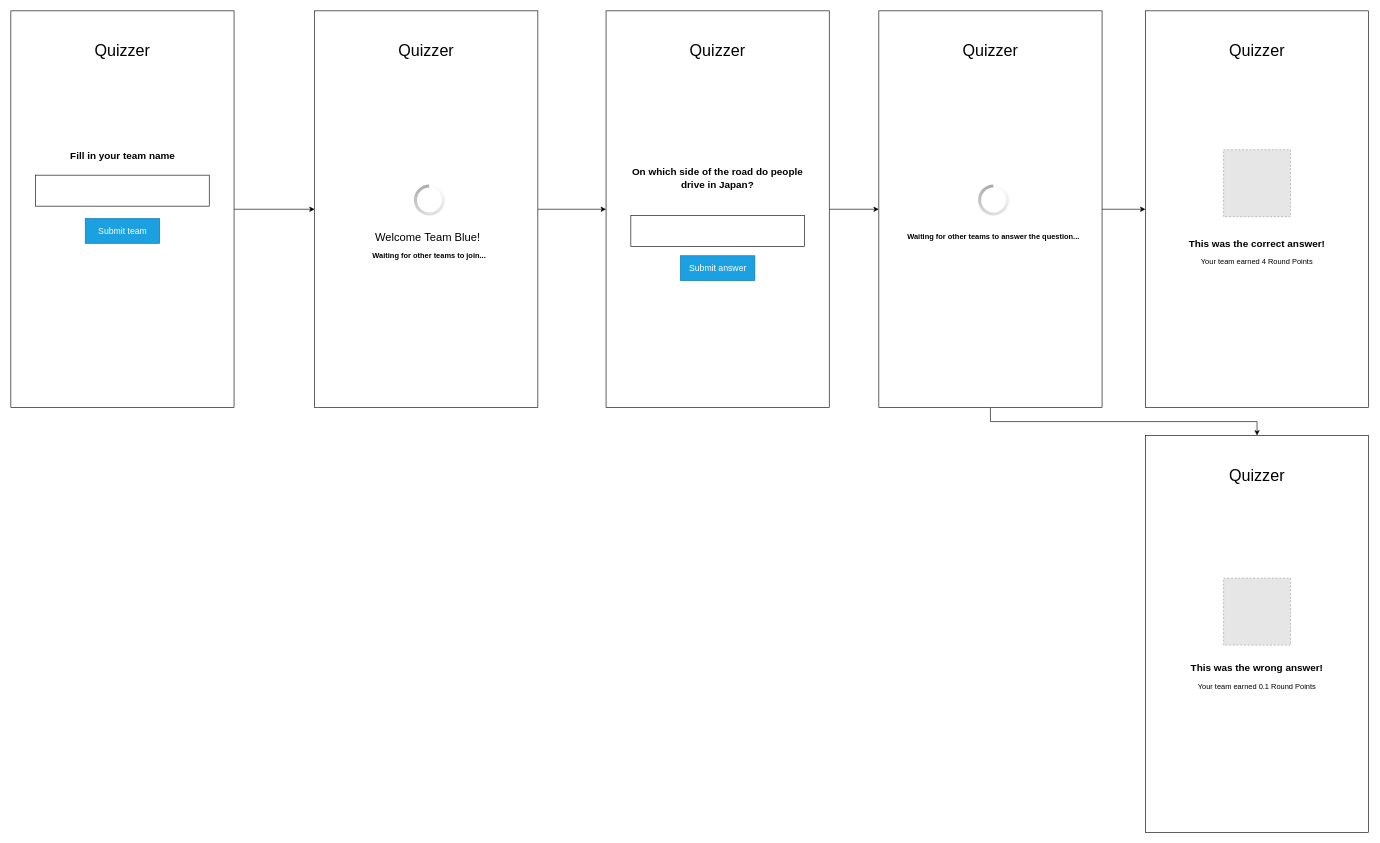
Earlier version of the draw.io diagram wireframes/teams.drawio (Kafune/sep2020-quizzer-steven-kachung). Source tidied: cells renumbered, new cells numbered last; positions are measured from the earlier drawing's top-left corner, leaving out a move shared by most shapes. Both pictures are drawn from the tidied source at 62%, with x=0, y=0 at pixel (11, 11). Pictures stored in the file or linked from it are replaced by grey dashed boxes.
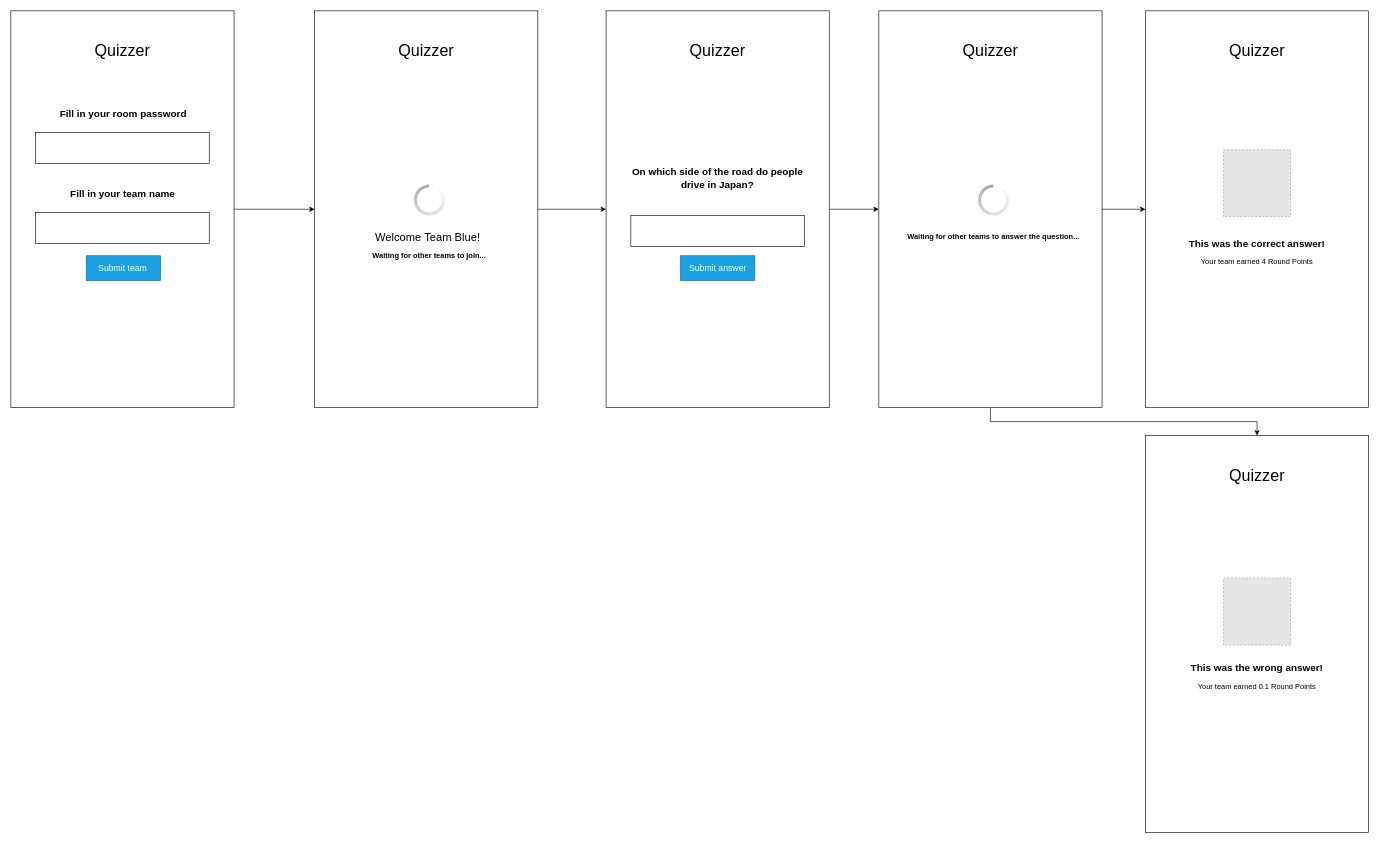
The same page after the edit.

Change to the diagram source:
```diff
@@
     <mxCell id="5" style="rounded=0;whiteSpace=wrap;html=1;" parent="1" vertex="1">
-      <mxGeometry x="40" y="265" width="280" height="50" as="geometry" />
+      <mxGeometry x="40" y="325" width="280" height="50" as="geometry" />
     </mxCell>
     <mxCell id="6" style="rounded=0;whiteSpace=wrap;html=1;fillColor=#1ba1e2;strokeColor=#006EAF;fontColor=#ffffff;" parent="1" vertex="1">
-      <mxGeometry x="120" y="335" width="120" height="40" as="geometry" />
+      <mxGeometry x="121.5" y="395" width="120" height="40" as="geometry" />
     </mxCell>
     <mxCell id="7" value="&lt;font style=&quot;font-size: 14px&quot;&gt;Submit team&lt;/font&gt;" style="text;html=1;align=center;verticalAlign=middle;whiteSpace=wrap;rounded=0;fontColor=#FFFFFF;" parent="1" vertex="1">
-      <mxGeometry x="121.5" y="345" width="117" height="20" as="geometry" />
+      <mxGeometry x="121.5" y="405" width="117" height="20" as="geometry" />
     </mxCell>
     <mxCell id="8" value="&lt;font style=&quot;font-size: 16px&quot;&gt;Fill in your team name&lt;/font&gt;" style="text;html=1;strokeColor=none;fillColor=none;align=center;verticalAlign=middle;whiteSpace=wrap;rounded=0;fontStyle=1;" parent="1" vertex="1">
-      <mxGeometry x="87.5" y="224" width="185" height="20" as="geometry" />
+      <mxGeometry x="87.5" y="284" width="185" height="20" as="geometry" />
     </mxCell>
@@
+    <mxCell id="38" style="rounded=0;whiteSpace=wrap;html=1;" parent="1" vertex="1">
+      <mxGeometry x="40" y="196" width="280" height="50" as="geometry" />
+    </mxCell>
+    <mxCell id="39" value="&lt;font style=&quot;font-size: 16px&quot;&gt;Fill in your room password&lt;/font&gt;" style="text;html=1;strokeColor=none;fillColor=none;align=center;verticalAlign=middle;whiteSpace=wrap;rounded=0;fontStyle=1;" parent="1" vertex="1">
+      <mxGeometry x="70.2" y="155" width="222.5" height="20" as="geometry" />
+    </mxCell>
```
